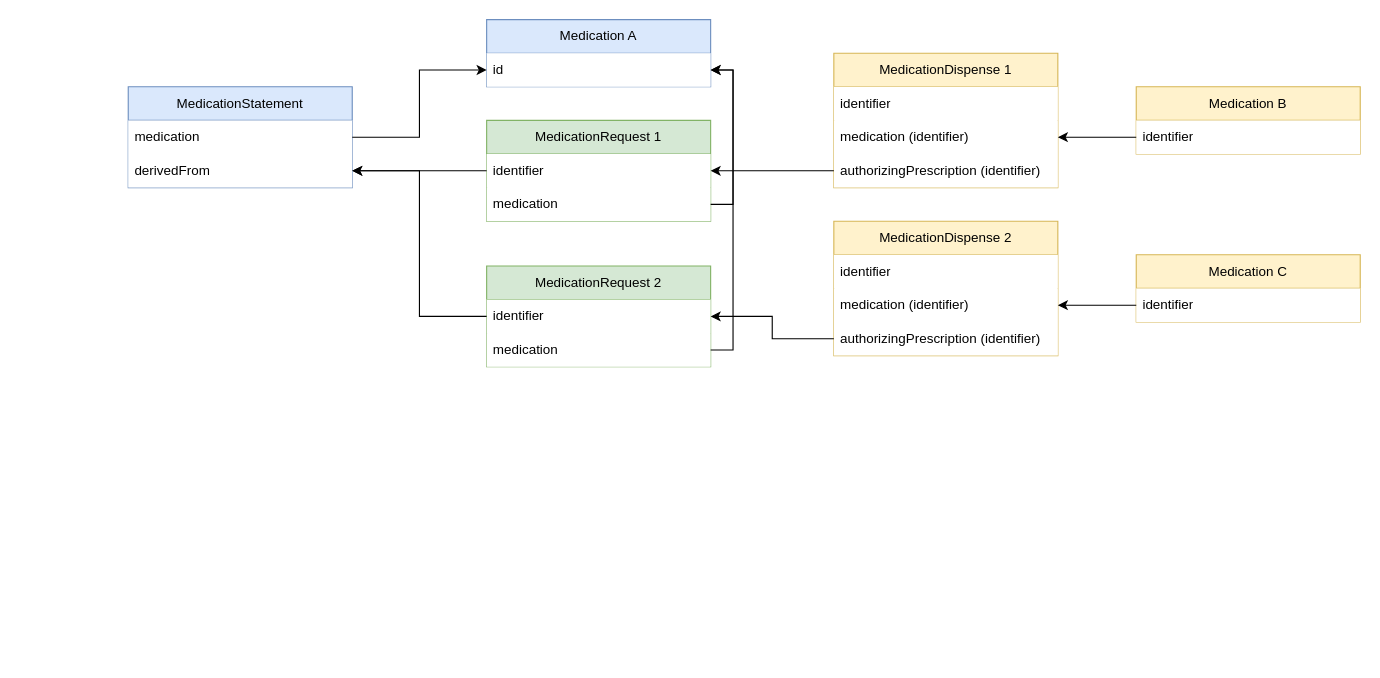
TEHIK-EE/ig-ee-medication-scheme keeps this draw.io diagram as input/images-source/ravimiskeemifhirressursid.drawio. Above is the earlier version. Source tidied: cells renumbered, new cells numbered last; positions are measured from the earlier drawing's top-left corner, leaving out a move shared by most shapes. Both pictures are drawn from the tidied source at 112%, with x=0, y=0 at pixel (128, 19).
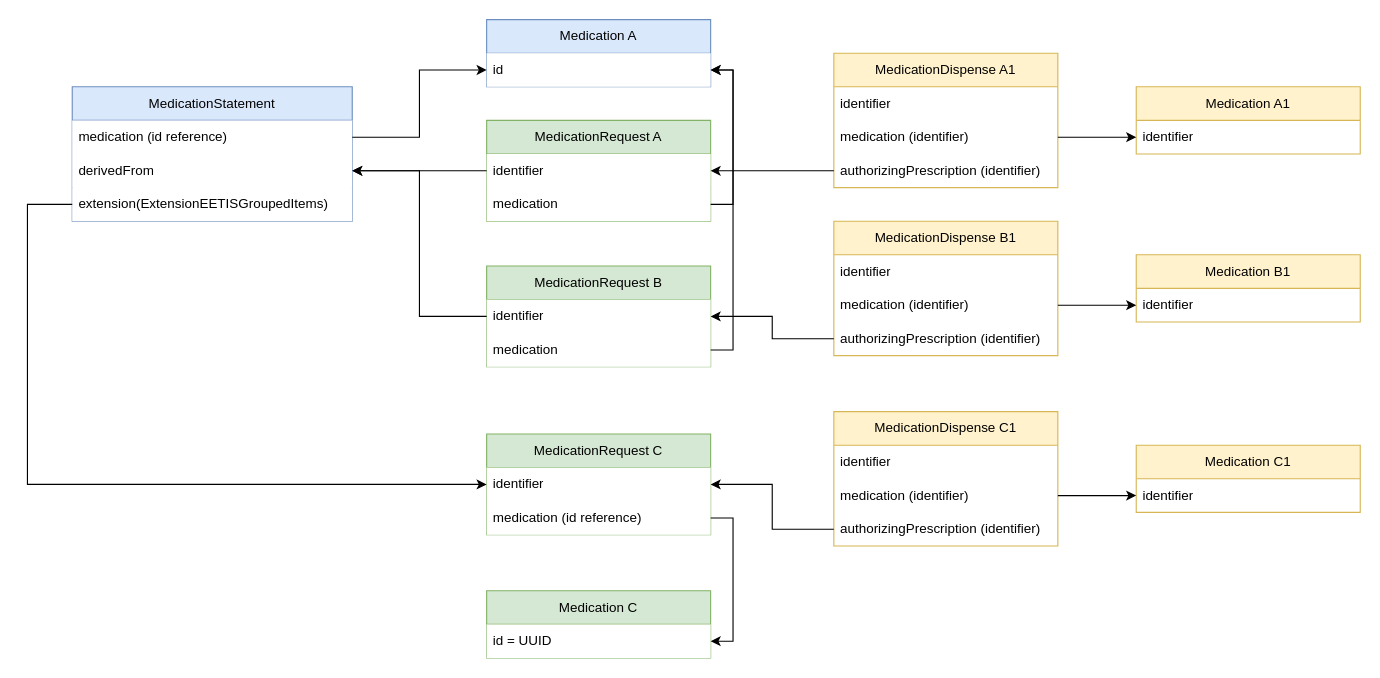
Above is the later version.

The change refers to these unchanged cells:
```xml
<mxCell id="5" value="Medication A" style="swimlane;fontStyle=0;horizontal=1;startSize=30;whiteSpace=wrap;html=1;fillColor=#dae8fc;strokeColor=#6c8ebf;" parent="1" vertex="1">
  <mxGeometry x="320" width="200" height="60" as="geometry" />
</mxCell>
```

The edit, as a diff of the source:
```diff
@@
-    <mxCell id="2" value="MedicationStatement" style="swimlane;fontStyle=0;horizontal=1;startSize=30;whiteSpace=wrap;html=1;fillColor=#dae8fc;strokeColor=#6c8ebf;" parent="1" vertex="1">
-      <mxGeometry y="60" width="200" height="90" as="geometry" />
-    </mxCell>
-    <mxCell id="3" value="medication" style="text;strokeColor=none;fillColor=default;align=left;verticalAlign=middle;spacingLeft=4;spacingRight=4;overflow=hidden;points=[[0,0.5],[1,0.5]];portConstraint=eastwest;whiteSpace=wrap;html=1;" parent="2" vertex="1">
-      <mxGeometry y="30" width="200" height="30" as="geometry" />
-    </mxCell>
+    <mxCell id="33" value="MedicationStatement" style="swimlane;fontStyle=0;horizontal=1;startSize=30;whiteSpace=wrap;html=1;fillColor=#dae8fc;strokeColor=#6c8ebf;" parent="1" vertex="1">
+      <mxGeometry x="-50" y="60" width="250" height="120" as="geometry" />
+    </mxCell>
+    <mxCell id="34" value="medication (id reference)" style="text;strokeColor=none;fillColor=default;align=left;verticalAlign=middle;spacingLeft=4;spacingRight=4;overflow=hidden;points=[[0,0.5],[1,0.5]];portConstraint=eastwest;whiteSpace=wrap;html=1;" parent="33" vertex="1">
+      <mxGeometry y="30" width="250" height="30" as="geometry" />
+    </mxCell>
-    <mxCell id="4" value="derivedFrom" style="text;strokeColor=none;fillColor=default;align=left;verticalAlign=middle;spacingLeft=4;spacingRight=4;overflow=hidden;points=[[0,0.5],[1,0.5]];portConstraint=eastwest;whiteSpace=wrap;html=1;" parent="2" vertex="1">
-      <mxGeometry y="60" width="200" height="30" as="geometry" />
+    <mxCell id="4" value="derivedFrom" style="text;strokeColor=none;fillColor=default;align=left;verticalAlign=middle;spacingLeft=4;spacingRight=4;overflow=hidden;points=[[0,0.5],[1,0.5]];portConstraint=eastwest;whiteSpace=wrap;html=1;" parent="33" vertex="1">
+      <mxGeometry y="60" width="250" height="30" as="geometry" />
     </mxCell>
+    <mxCell id="35" value="extension(ExtensionEETISGroupedItems)" style="text;strokeColor=none;fillColor=default;align=left;verticalAlign=middle;spacingLeft=4;spacingRight=4;overflow=hidden;points=[[0,0.5],[1,0.5]];portConstraint=eastwest;whiteSpace=wrap;html=1;" parent="33" vertex="1">
+      <mxGeometry y="90" width="250" height="30" as="geometry" />
+    </mxCell>
@@
-    <mxCell id="6" value="&lt;font style=&quot;color: rgb(0, 0, 0);&quot;&gt;id&lt;/font&gt;" style="text;strokeColor=none;fillColor=default;align=left;verticalAlign=middle;spacingLeft=4;spacingRight=4;overflow=hidden;points=[[0,0.5],[1,0.5]];portConstraint=eastwest;whiteSpace=wrap;html=1;" parent="5" vertex="1">
+    <mxCell id="6" value="id" style="text;strokeColor=none;fillColor=default;align=left;verticalAlign=middle;spacingLeft=4;spacingRight=4;overflow=hidden;points=[[0,0.5],[1,0.5]];portConstraint=eastwest;whiteSpace=wrap;html=1;" parent="5" vertex="1">
       <mxGeometry y="30" width="200" height="30" as="geometry" />
     </mxCell>
-    <mxCell id="7" value="MedicationRequest 1" style="swimlane;fontStyle=0;horizontal=1;startSize=30;whiteSpace=wrap;html=1;fillColor=#d5e8d4;strokeColor=#82b366;" parent="1" vertex="1">
-      <mxGeometry x="320" y="90" width="200" height="90" as="geometry" />
-    </mxCell>
-    <mxCell id="8" value="identifier&amp;nbsp;" style="text;strokeColor=none;fillColor=default;align=left;verticalAlign=middle;spacingLeft=4;spacingRight=4;overflow=hidden;points=[[0,0.5],[1,0.5]];portConstraint=eastwest;whiteSpace=wrap;html=1;" parent="7" vertex="1">
-      <mxGeometry y="30" width="200" height="30" as="geometry" />
-    </mxCell>
-    <mxCell id="9" value="medication" style="text;strokeColor=none;fillColor=default;align=left;verticalAlign=middle;spacingLeft=4;spacingRight=4;overflow=hidden;points=[[0,0.5],[1,0.5]];portConstraint=eastwest;whiteSpace=wrap;html=1;" parent="7" vertex="1">
-      <mxGeometry y="60" width="200" height="30" as="geometry" />
-    </mxCell>
-    <mxCell id="10" style="edgeStyle=orthogonalEdgeStyle;rounded=0;jettySize=auto;html=1;entryX=0;entryY=0.5;entryDx=0;entryDy=0;" parent="1" edge="1" source="3" target="6">
-      <mxGeometry relative="1" as="geometry" />
-    </mxCell>
-    <mxCell id="11" style="edgeStyle=orthogonalEdgeStyle;rounded=0;jettySize=auto;html=1;entryX=1;entryY=0.5;entryDx=0;entryDy=0;" parent="1" edge="1" source="8" target="4">
-      <mxGeometry relative="1" as="geometry" />
-    </mxCell>
-    <mxCell id="12" style="edgeStyle=orthogonalEdgeStyle;rounded=0;jettySize=auto;html=1;entryX=1;entryY=0.5;entryDx=0;entryDy=0;exitX=1;exitY=0.5;exitDx=0;exitDy=0;" parent="1" edge="1" source="9" target="6">
-      <mxGeometry relative="1" as="geometry" />
-    </mxCell>
-    <mxCell id="13" value="MedicationRequest 2" style="swimlane;fontStyle=0;horizontal=1;startSize=30;whiteSpace=wrap;html=1;fillColor=#d5e8d4;strokeColor=#82b366;" parent="1" vertex="1">
-      <mxGeometry x="320" y="220" width="200" height="90" as="geometry" />
-    </mxCell>
-    <mxCell id="14" value="identifier&amp;nbsp;" style="text;strokeColor=none;fillColor=default;align=left;verticalAlign=middle;spacingLeft=4;spacingRight=4;overflow=hidden;points=[[0,0.5],[1,0.5]];portConstraint=eastwest;whiteSpace=wrap;html=1;" parent="13" vertex="1">
-      <mxGeometry y="30" width="200" height="30" as="geometry" />
-    </mxCell>
-    <mxCell id="15" value="medication" style="text;strokeColor=none;fillColor=default;align=left;verticalAlign=middle;spacingLeft=4;spacingRight=4;overflow=hidden;points=[[0,0.5],[1,0.5]];portConstraint=eastwest;whiteSpace=wrap;html=1;" parent="13" vertex="1">
-      <mxGeometry y="60" width="200" height="30" as="geometry" />
-    </mxCell>
-    <mxCell id="16" style="edgeStyle=orthogonalEdgeStyle;rounded=0;jettySize=auto;html=1;entryX=1;entryY=0.5;entryDx=0;entryDy=0;" parent="1" edge="1" source="14" target="4">
-      <mxGeometry relative="1" as="geometry" />
-    </mxCell>
-    <mxCell id="17" style="edgeStyle=orthogonalEdgeStyle;rounded=0;jettySize=auto;html=1;entryX=1;entryY=0.5;entryDx=0;entryDy=0;exitX=1;exitY=0.5;exitDx=0;exitDy=0;" parent="1" edge="1" source="15" target="6">
-      <mxGeometry relative="1" as="geometry" />
-    </mxCell>
-    <mxCell id="18" value="MedicationDispense 1" style="swimlane;fontStyle=0;horizontal=1;startSize=30;whiteSpace=wrap;html=1;fillColor=#fff2cc;strokeColor=#d6b656;" parent="1" vertex="1">
-      <mxGeometry x="630" y="30" width="200" height="120" as="geometry" />
-    </mxCell>
-    <mxCell id="19" value="identifier" style="text;strokeColor=none;fillColor=default;align=left;verticalAlign=middle;spacingLeft=4;spacingRight=4;overflow=hidden;whiteSpace=wrap;html=1;" parent="18" vertex="1">
-      <mxGeometry y="30" width="200" height="30" as="geometry" />
-    </mxCell>
-    <mxCell id="20" value="medication (identifier)" style="text;strokeColor=none;fillColor=default;align=left;verticalAlign=middle;spacingLeft=4;spacingRight=4;overflow=hidden;points=[[0,0.5],[1,0.5]];portConstraint=eastwest;whiteSpace=wrap;html=1;" parent="18" vertex="1">
-      <mxGeometry y="60" width="200" height="30" as="geometry" />
-    </mxCell>
-    <mxCell id="21" value="authorizingPrescription (identifier)" style="text;strokeColor=none;fillColor=default;align=left;verticalAlign=middle;spacingLeft=4;spacingRight=4;overflow=hidden;points=[[0,0.5],[1,0.5]];portConstraint=eastwest;whiteSpace=wrap;html=1;" parent="18" vertex="1">
-      <mxGeometry y="90" width="200" height="30" as="geometry" />
-    </mxCell>
-    <mxCell id="22" value="Medication B" style="swimlane;fontStyle=0;horizontal=1;startSize=30;whiteSpace=wrap;html=1;fillColor=#fff2cc;strokeColor=#d6b656;" parent="1" vertex="1">
-      <mxGeometry x="900" y="60" width="200" height="60" as="geometry" />
-    </mxCell>
-    <mxCell id="23" value="identifier" style="text;strokeColor=none;fillColor=default;align=left;verticalAlign=middle;spacingLeft=4;spacingRight=4;overflow=hidden;points=[[0,0.5],[1,0.5]];portConstraint=eastwest;whiteSpace=wrap;html=1;" parent="22" vertex="1">
-      <mxGeometry y="30" width="200" height="30" as="geometry" />
-    </mxCell>
-    <mxCell id="24" style="edgeStyle=orthogonalEdgeStyle;rounded=0;jettySize=auto;html=1;entryX=1;entryY=0.5;entryDx=0;entryDy=0;" parent="1" edge="1" source="21" target="7">
-      <mxGeometry relative="1" as="geometry" />
-    </mxCell>
-    <mxCell id="25" style="edgeStyle=orthogonalEdgeStyle;rounded=0;jettySize=auto;html=1;" parent="1" edge="1" source="23" target="20">
-      <mxGeometry relative="1" as="geometry" />
-    </mxCell>
-    <mxCell id="26" value="MedicationDispense 2" style="swimlane;fontStyle=0;horizontal=1;startSize=30;whiteSpace=wrap;html=1;fillColor=#fff2cc;strokeColor=#d6b656;" parent="1" vertex="1">
-      <mxGeometry x="630" y="180" width="200" height="120" as="geometry" />
-    </mxCell>
-    <mxCell id="27" value="identifier" style="text;strokeColor=none;fillColor=default;align=left;verticalAlign=middle;spacingLeft=4;spacingRight=4;overflow=hidden;whiteSpace=wrap;html=1;" parent="26" vertex="1">
-      <mxGeometry y="30" width="200" height="30" as="geometry" />
-    </mxCell>
-    <mxCell id="28" value="medication (identifier)" style="text;strokeColor=none;fillColor=default;align=left;verticalAlign=middle;spacingLeft=4;spacingRight=4;overflow=hidden;points=[[0,0.5],[1,0.5]];portConstraint=eastwest;whiteSpace=wrap;html=1;" parent="26" vertex="1">
-      <mxGeometry y="60" width="200" height="30" as="geometry" />
-    </mxCell>
-    <mxCell id="29" value="authorizingPrescription (identifier)" style="text;strokeColor=none;fillColor=default;align=left;verticalAlign=middle;spacingLeft=4;spacingRight=4;overflow=hidden;points=[[0,0.5],[1,0.5]];portConstraint=eastwest;whiteSpace=wrap;html=1;" parent="26" vertex="1">
-      <mxGeometry y="90" width="200" height="30" as="geometry" />
-    </mxCell>
+    <mxCell id="36" value="MedicationRequest A" style="swimlane;fontStyle=0;horizontal=1;startSize=30;whiteSpace=wrap;html=1;fillColor=#d5e8d4;strokeColor=#82b366;" parent="1" vertex="1">
+      <mxGeometry x="320" y="90" width="200" height="90" as="geometry" />
+    </mxCell>
+    <mxCell id="37" value="identifier" style="text;strokeColor=none;fillColor=default;align=left;verticalAlign=middle;spacingLeft=4;spacingRight=4;overflow=hidden;points=[[0,0.5],[1,0.5]];portConstraint=eastwest;whiteSpace=wrap;html=1;" parent="36" vertex="1">
+      <mxGeometry y="30" width="200" height="30" as="geometry" />
+    </mxCell>
+    <mxCell id="38" value="medication" style="text;strokeColor=none;fillColor=default;align=left;verticalAlign=middle;spacingLeft=4;spacingRight=4;overflow=hidden;points=[[0,0.5],[1,0.5]];portConstraint=eastwest;whiteSpace=wrap;html=1;" parent="36" vertex="1">
+      <mxGeometry y="60" width="200" height="30" as="geometry" />
+    </mxCell>
+    <mxCell id="39" style="edgeStyle=orthogonalEdgeStyle;rounded=0;jettySize=auto;html=1;entryX=0;entryY=0.5;entryDx=0;entryDy=0;" parent="1" edge="1" source="34" target="6">
+      <mxGeometry relative="1" as="geometry" />
+    </mxCell>
+    <mxCell id="40" style="edgeStyle=orthogonalEdgeStyle;rounded=0;jettySize=auto;html=1;entryX=1;entryY=0.5;entryDx=0;entryDy=0;" parent="1" edge="1" source="37" target="4">
+      <mxGeometry relative="1" as="geometry" />
+    </mxCell>
+    <mxCell id="41" style="edgeStyle=orthogonalEdgeStyle;rounded=0;jettySize=auto;html=1;entryX=1;entryY=0.5;entryDx=0;entryDy=0;exitX=1;exitY=0.5;exitDx=0;exitDy=0;" parent="1" edge="1" source="38" target="6">
+      <mxGeometry relative="1" as="geometry" />
+    </mxCell>
+    <mxCell id="42" value="MedicationRequest B" style="swimlane;fontStyle=0;horizontal=1;startSize=30;whiteSpace=wrap;html=1;fillColor=#d5e8d4;strokeColor=#82b366;" parent="1" vertex="1">
+      <mxGeometry x="320" y="220" width="200" height="90" as="geometry" />
+    </mxCell>
+    <mxCell id="43" value="identifier" style="text;strokeColor=none;fillColor=default;align=left;verticalAlign=middle;spacingLeft=4;spacingRight=4;overflow=hidden;points=[[0,0.5],[1,0.5]];portConstraint=eastwest;whiteSpace=wrap;html=1;" parent="42" vertex="1">
+      <mxGeometry y="30" width="200" height="30" as="geometry" />
+    </mxCell>
+    <mxCell id="44" value="medication" style="text;strokeColor=none;fillColor=default;align=left;verticalAlign=middle;spacingLeft=4;spacingRight=4;overflow=hidden;points=[[0,0.5],[1,0.5]];portConstraint=eastwest;whiteSpace=wrap;html=1;" parent="42" vertex="1">
+      <mxGeometry y="60" width="200" height="30" as="geometry" />
+    </mxCell>
+    <mxCell id="45" style="edgeStyle=orthogonalEdgeStyle;rounded=0;jettySize=auto;html=1;entryX=1;entryY=0.5;entryDx=0;entryDy=0;" parent="1" edge="1" source="43" target="4">
+      <mxGeometry relative="1" as="geometry" />
+    </mxCell>
+    <mxCell id="46" style="edgeStyle=orthogonalEdgeStyle;rounded=0;jettySize=auto;html=1;entryX=1;entryY=0.5;entryDx=0;entryDy=0;exitX=1;exitY=0.5;exitDx=0;exitDy=0;" parent="1" edge="1" source="44" target="6">
+      <mxGeometry relative="1" as="geometry" />
+    </mxCell>
+    <mxCell id="47" value="MedicationDispense A1" style="swimlane;fontStyle=0;horizontal=1;startSize=30;whiteSpace=wrap;html=1;fillColor=#fff2cc;strokeColor=#d6b656;" parent="1" vertex="1">
+      <mxGeometry x="630" y="30" width="200" height="120" as="geometry" />
+    </mxCell>
+    <mxCell id="48" value="identifier" style="text;strokeColor=none;fillColor=none;align=left;verticalAlign=middle;spacingLeft=4;spacingRight=4;overflow=hidden;whiteSpace=wrap;html=1;" parent="47" vertex="1">
+      <mxGeometry y="30" width="200" height="30" as="geometry" />
+    </mxCell>
+    <mxCell id="49" value="medication (identifier)" style="text;strokeColor=none;fillColor=none;align=left;verticalAlign=middle;spacingLeft=4;spacingRight=4;overflow=hidden;points=[[0,0.5],[1,0.5]];portConstraint=eastwest;whiteSpace=wrap;html=1;" parent="47" vertex="1">
+      <mxGeometry y="60" width="200" height="30" as="geometry" />
+    </mxCell>
+    <mxCell id="50" value="authorizingPrescription (identifier)" style="text;strokeColor=none;fillColor=none;align=left;verticalAlign=middle;spacingLeft=4;spacingRight=4;overflow=hidden;points=[[0,0.5],[1,0.5]];portConstraint=eastwest;whiteSpace=wrap;html=1;" parent="47" vertex="1">
+      <mxGeometry y="90" width="200" height="30" as="geometry" />
+    </mxCell>
+    <mxCell id="51" value="Medication A1" style="swimlane;fontStyle=0;horizontal=1;startSize=30;whiteSpace=wrap;html=1;fillColor=#fff2cc;strokeColor=#d6b656;" parent="1" vertex="1">
+      <mxGeometry x="900" y="60" width="200" height="60" as="geometry" />
+    </mxCell>
+    <mxCell id="52" value="identifier" style="text;strokeColor=none;fillColor=none;align=left;verticalAlign=middle;spacingLeft=4;spacingRight=4;overflow=hidden;points=[[0,0.5],[1,0.5]];portConstraint=eastwest;whiteSpace=wrap;html=1;" parent="51" vertex="1">
+      <mxGeometry y="30" width="200" height="30" as="geometry" />
+    </mxCell>
+    <mxCell id="53" style="edgeStyle=orthogonalEdgeStyle;rounded=0;jettySize=auto;html=1;entryX=1;entryY=0.5;entryDx=0;entryDy=0;" parent="1" edge="1" source="50" target="36">
+      <mxGeometry relative="1" as="geometry" />
+    </mxCell>
+    <mxCell id="54" value="MedicationDispense B1" style="swimlane;fontStyle=0;horizontal=1;startSize=30;whiteSpace=wrap;html=1;fillColor=#fff2cc;strokeColor=#d6b656;" parent="1" vertex="1">
+      <mxGeometry x="630" y="180" width="200" height="120" as="geometry" />
+    </mxCell>
+    <mxCell id="55" value="identifier" style="text;strokeColor=none;fillColor=none;align=left;verticalAlign=middle;spacingLeft=4;spacingRight=4;overflow=hidden;whiteSpace=wrap;html=1;" parent="54" vertex="1">
+      <mxGeometry y="30" width="200" height="30" as="geometry" />
+    </mxCell>
+    <mxCell id="56" value="medication (identifier)" style="text;strokeColor=none;fillColor=none;align=left;verticalAlign=middle;spacingLeft=4;spacingRight=4;overflow=hidden;points=[[0,0.5],[1,0.5]];portConstraint=eastwest;whiteSpace=wrap;html=1;" parent="54" vertex="1">
+      <mxGeometry y="60" width="200" height="30" as="geometry" />
+    </mxCell>
+    <mxCell id="57" value="authorizingPrescription (identifier)" style="text;strokeColor=none;fillColor=none;align=left;verticalAlign=middle;spacingLeft=4;spacingRight=4;overflow=hidden;points=[[0,0.5],[1,0.5]];portConstraint=eastwest;whiteSpace=wrap;html=1;" parent="54" vertex="1">
+      <mxGeometry y="90" width="200" height="30" as="geometry" />
+    </mxCell>
+    <mxCell id="58" value="Medication B1" style="swimlane;fontStyle=0;horizontal=1;startSize=30;whiteSpace=wrap;html=1;fillColor=#fff2cc;strokeColor=#d6b656;" parent="1" vertex="1">
+      <mxGeometry x="900" y="210" width="200" height="60" as="geometry" />
+    </mxCell>
+    <mxCell id="59" value="identifier" style="text;strokeColor=none;fillColor=none;align=left;verticalAlign=middle;spacingLeft=4;spacingRight=4;overflow=hidden;points=[[0,0.5],[1,0.5]];portConstraint=eastwest;whiteSpace=wrap;html=1;" parent="58" vertex="1">
+      <mxGeometry y="30" width="200" height="30" as="geometry" />
+    </mxCell>
+    <mxCell id="60" style="edgeStyle=orthogonalEdgeStyle;rounded=0;jettySize=auto;html=1;entryX=1;entryY=0.5;entryDx=0;entryDy=0;" parent="1" edge="1" source="57" target="42">
+      <mxGeometry relative="1" as="geometry" />
+    </mxCell>
+    <mxCell id="61" value="MedicationRequest C" style="swimlane;fontStyle=0;horizontal=1;startSize=30;whiteSpace=wrap;html=1;fillColor=#d5e8d4;strokeColor=#82b366;" parent="1" vertex="1">
+      <mxGeometry x="320" y="370" width="200" height="90" as="geometry" />
+    </mxCell>
+    <mxCell id="62" value="identifier" style="text;strokeColor=none;fillColor=default;align=left;verticalAlign=middle;spacingLeft=4;spacingRight=4;overflow=hidden;points=[[0,0.5],[1,0.5]];portConstraint=eastwest;whiteSpace=wrap;html=1;" parent="61" vertex="1">
+      <mxGeometry y="30" width="200" height="30" as="geometry" />
+    </mxCell>
+    <mxCell id="63" value="medication (id reference)" style="text;strokeColor=none;fillColor=default;align=left;verticalAlign=middle;spacingLeft=4;spacingRight=4;overflow=hidden;points=[[0,0.5],[1,0.5]];portConstraint=eastwest;whiteSpace=wrap;html=1;" parent="61" vertex="1">
+      <mxGeometry y="60" width="200" height="30" as="geometry" />
+    </mxCell>
+    <mxCell id="64" value="MedicationDispense C1" style="swimlane;fontStyle=0;horizontal=1;startSize=30;whiteSpace=wrap;html=1;fillColor=#fff2cc;strokeColor=#d6b656;" parent="1" vertex="1">
+      <mxGeometry x="630" y="350" width="200" height="120" as="geometry" />
+    </mxCell>
+    <mxCell id="65" value="identifier" style="text;strokeColor=none;fillColor=none;align=left;verticalAlign=middle;spacingLeft=4;spacingRight=4;overflow=hidden;whiteSpace=wrap;html=1;" parent="64" vertex="1">
+      <mxGeometry y="30" width="200" height="30" as="geometry" />
+    </mxCell>
+    <mxCell id="66" value="medication (identifier)" style="text;strokeColor=none;fillColor=none;align=left;verticalAlign=middle;spacingLeft=4;spacingRight=4;overflow=hidden;points=[[0,0.5],[1,0.5]];portConstraint=eastwest;whiteSpace=wrap;html=1;" parent="64" vertex="1">
+      <mxGeometry y="60" width="200" height="30" as="geometry" />
+    </mxCell>
+    <mxCell id="67" value="authorizingPrescription (identifier)" style="text;strokeColor=none;fillColor=none;align=left;verticalAlign=middle;spacingLeft=4;spacingRight=4;overflow=hidden;points=[[0,0.5],[1,0.5]];portConstraint=eastwest;whiteSpace=wrap;html=1;" parent="64" vertex="1">
+      <mxGeometry y="90" width="200" height="30" as="geometry" />
+    </mxCell>
+    <mxCell id="68" value="Medication C1" style="swimlane;fontStyle=0;horizontal=1;startSize=30;whiteSpace=wrap;html=1;fillColor=#fff2cc;strokeColor=#d6b656;" parent="1" vertex="1">
+      <mxGeometry x="900" y="380" width="200" height="60" as="geometry" />
+    </mxCell>
+    <mxCell id="69" value="identifier" style="text;strokeColor=none;fillColor=none;align=left;verticalAlign=middle;spacingLeft=4;spacingRight=4;overflow=hidden;points=[[0,0.5],[1,0.5]];portConstraint=eastwest;whiteSpace=wrap;html=1;" parent="68" vertex="1">
+      <mxGeometry y="30" width="200" height="30" as="geometry" />
+    </mxCell>
-    <mxCell id="30" value="Medication C" style="swimlane;fontStyle=0;horizontal=1;startSize=30;whiteSpace=wrap;html=1;fillColor=#fff2cc;strokeColor=#d6b656;" parent="1" vertex="1">
-      <mxGeometry x="900" y="210" width="200" height="60" as="geometry" />
+    <mxCell id="30" value="Medication C" style="swimlane;fontStyle=0;horizontal=1;startSize=30;whiteSpace=wrap;html=1;fillColor=#d5e8d4;strokeColor=#82b366;" parent="1" vertex="1">
+      <mxGeometry x="320" y="510" width="200" height="60" as="geometry" />
     </mxCell>
-    <mxCell id="31" value="identifier" style="text;strokeColor=none;fillColor=default;align=left;verticalAlign=middle;spacingLeft=4;spacingRight=4;overflow=hidden;points=[[0,0.5],[1,0.5]];portConstraint=eastwest;whiteSpace=wrap;html=1;" parent="30" vertex="1">
-      <mxGeometry y="30" width="200" height="30" as="geometry" />
-    </mxCell>
-    <mxCell id="32" style="edgeStyle=orthogonalEdgeStyle;rounded=0;jettySize=auto;html=1;entryX=1;entryY=0.5;entryDx=0;entryDy=0;" parent="1" edge="1" source="31" target="28">
-      <mxGeometry relative="1" as="geometry" />
-    </mxCell>
-    <mxCell id="33" style="edgeStyle=orthogonalEdgeStyle;rounded=0;jettySize=auto;html=1;entryX=1;entryY=0.5;entryDx=0;entryDy=0;" parent="1" edge="1" source="29" target="13">
-      <mxGeometry relative="1" as="geometry" />
-    </mxCell>
+    <mxCell id="70" value="id = UUID" style="text;strokeColor=none;fillColor=default;align=left;verticalAlign=middle;spacingLeft=4;spacingRight=4;overflow=hidden;whiteSpace=wrap;html=1;" parent="30" vertex="1">
+      <mxGeometry y="30" width="200" height="30" as="geometry" />
+    </mxCell>
+    <mxCell id="71" style="edgeStyle=orthogonalEdgeStyle;rounded=0;jettySize=auto;html=1;entryX=1;entryY=0.75;entryDx=0;entryDy=0;exitX=1;exitY=0.5;exitDx=0;exitDy=0;" parent="1" edge="1" source="63" target="30">
+      <mxGeometry relative="1" as="geometry" />
+    </mxCell>
+    <mxCell id="72" style="edgeStyle=orthogonalEdgeStyle;rounded=0;jettySize=auto;html=1;entryX=0;entryY=0.5;entryDx=0;entryDy=0;" parent="1" edge="1" source="35" target="62">
+      <mxGeometry relative="1" as="geometry">
+        <Array as="points">
+          <mxPoint x="-90" y="165" />
+          <mxPoint x="-90" y="415" />
+        </Array>
+      </mxGeometry>
+    </mxCell>
+    <mxCell id="73" style="edgeStyle=orthogonalEdgeStyle;rounded=0;jettySize=auto;html=1;entryX=1;entryY=0.5;entryDx=0;entryDy=0;" parent="1" edge="1" source="67" target="61">
+      <mxGeometry relative="1" as="geometry" />
+    </mxCell>
+    <mxCell id="74" style="edgeStyle=orthogonalEdgeStyle;rounded=0;jettySize=auto;html=1;" parent="1" edge="1" source="49" target="52">
+      <mxGeometry relative="1" as="geometry" />
+    </mxCell>
+    <mxCell id="75" style="edgeStyle=orthogonalEdgeStyle;rounded=0;jettySize=auto;html=1;exitX=1;exitY=0.5;exitDx=0;exitDy=0;" parent="1" edge="1" source="56" target="59">
+      <mxGeometry relative="1" as="geometry" />
+    </mxCell>
+    <mxCell id="76" style="edgeStyle=orthogonalEdgeStyle;rounded=0;jettySize=auto;html=1;exitX=1;exitY=0.5;exitDx=0;exitDy=0;" parent="1" edge="1" source="66" target="69">
+      <mxGeometry relative="1" as="geometry" />
+    </mxCell>
```
